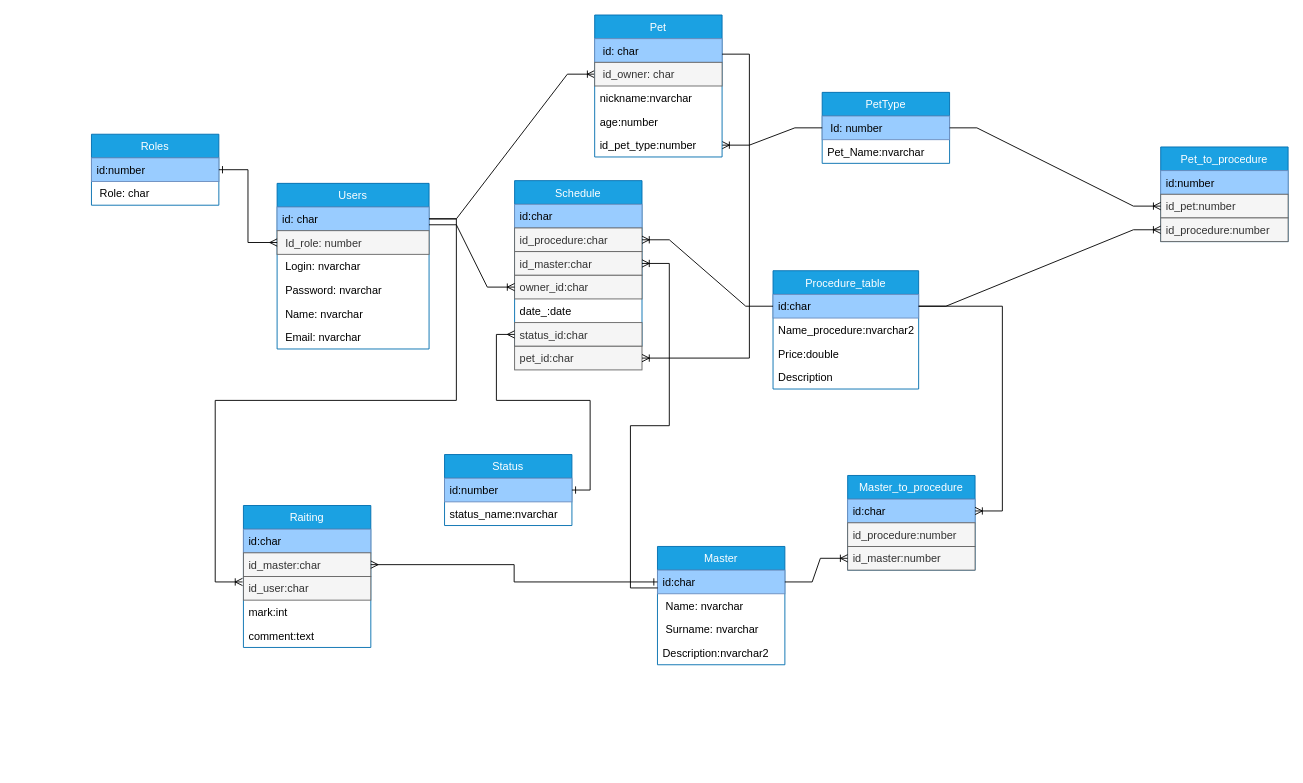
Above: page "Page-1" (1 of 2) of documentation/nat.drawio in pisciscrud/CoursePtoject_NodeJs_6SEM (draw.io), before the change. Source tidied: cells renumbered, new cells numbered last; positions are measured from the earlier drawing's top-left corner, leaving out a move shared by most shapes. Both pictures are drawn from the tidied source at 91%, with x=0, y=0 at pixel (91, 15).
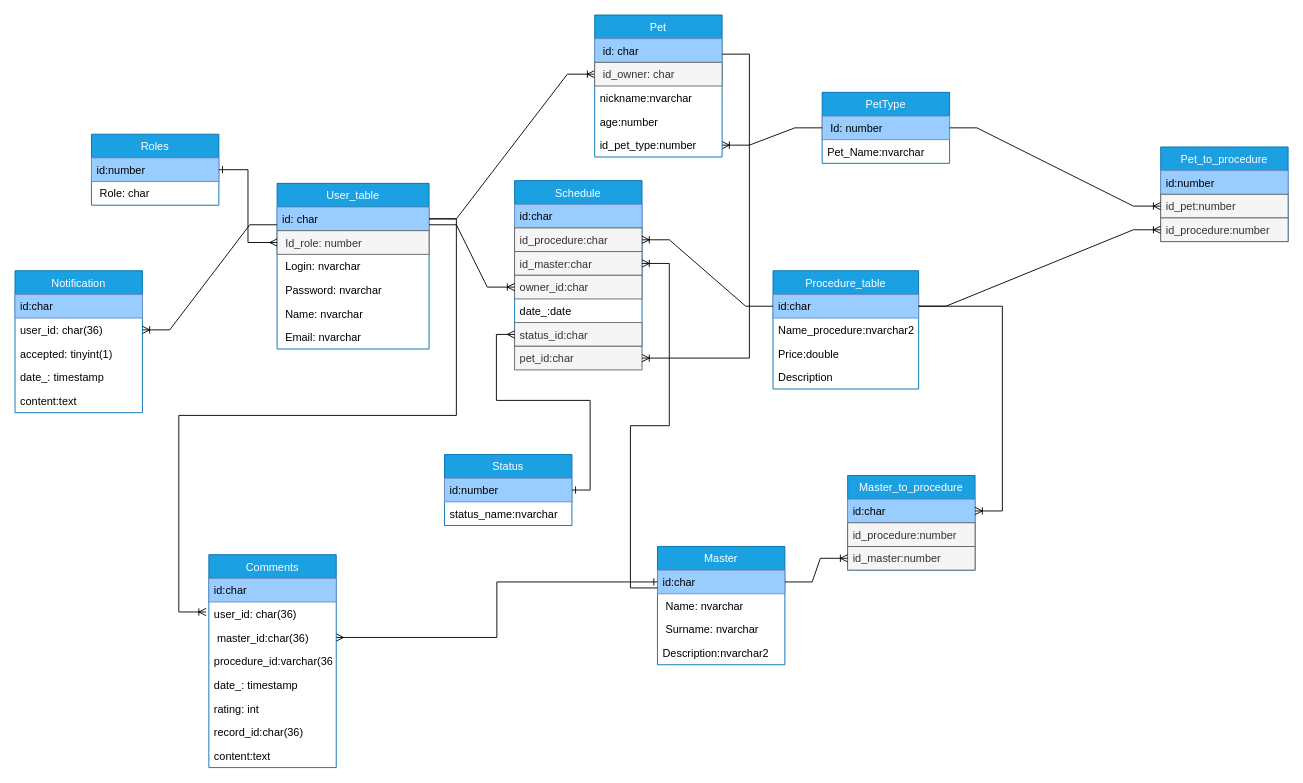
The same diagram, later.

The change refers to these unchanged cells:
```xml
<mxCell id="3" value="id: char" style="text;align=left;verticalAlign=top;spacingLeft=4;spacingRight=4;overflow=hidden;points=[[0,0.5],[1,0.5]];portConstraint=eastwest;strokeColor=#6c8ebf;fillColor=#99CCFF;" parent="2" vertex="1">
  <mxGeometry y="26" width="167" height="26" as="geometry" />
</mxCell>
<mxCell id="22" value="id:char" style="text;align=left;verticalAlign=top;spacingLeft=4;spacingRight=4;overflow=hidden;points=[[0,0.5],[1,0.5]];portConstraint=eastwest;strokeColor=#6c8ebf;fillColor=#99CCFF;" parent="21" vertex="1">
  <mxGeometry y="26" width="140" height="26" as="geometry" />
</mxCell>
```

The edit, as a diff of the source:
```diff
@@
-    <mxCell id="2" value="Users" style="swimlane;fontStyle=0;horizontal=1;startSize=26;fillColor=#1ba1e2;sketch=0;noLabel=0;strokeColor=#006EAF;fontColor=#ffffff;" parent="1" vertex="1">
+    <mxCell id="2" value="User_table" style="swimlane;fontStyle=0;horizontal=1;startSize=26;fillColor=#1ba1e2;sketch=0;noLabel=0;strokeColor=#006EAF;fontColor=#ffffff;" parent="1" vertex="1">
       <mxGeometry x="204" y="185" width="167" height="182" as="geometry" />
     </mxCell>
@@
-    <mxCell id="60" value="Raiting" style="swimlane;fontStyle=0;horizontal=1;startSize=26;fillColor=#1ba1e2;sketch=0;noLabel=0;strokeColor=#006EAF;fontColor=#ffffff;" parent="1" vertex="1">
-      <mxGeometry x="167" y="539" width="140" height="156" as="geometry" />
-    </mxCell>
-    <mxCell id="61" value="id:char" style="text;align=left;verticalAlign=top;spacingLeft=4;spacingRight=4;overflow=hidden;strokeColor=#6c8ebf;fillColor=#99CCFF;" parent="60" vertex="1">
-      <mxGeometry y="26" width="140" height="26" as="geometry" />
-    </mxCell>
-    <mxCell id="62" value="id_master:char" style="text;align=left;verticalAlign=top;spacingLeft=4;spacingRight=4;overflow=hidden;points=[[0,0.5],[1,0.5]];portConstraint=eastwest;fontColor=#333333;fillColor=#f5f5f5;strokeColor=#666666;" parent="60" vertex="1">
-      <mxGeometry y="52" width="140" height="26" as="geometry" />
-    </mxCell>
-    <mxCell id="63" value="id_user:char" style="text;align=left;verticalAlign=top;spacingLeft=4;spacingRight=4;overflow=hidden;fillColor=#f5f5f5;fontColor=#333333;strokeColor=#666666;" parent="60" vertex="1">
-      <mxGeometry y="78" width="140" height="26" as="geometry" />
-    </mxCell>
-    <mxCell id="64" value="mark:int" style="text;align=left;verticalAlign=top;spacingLeft=4;spacingRight=4;overflow=hidden;" parent="60" vertex="1">
-      <mxGeometry y="104" width="140" height="26" as="geometry" />
-    </mxCell>
-    <mxCell id="65" value="comment:text" style="text;align=left;verticalAlign=top;spacingLeft=4;spacingRight=4;overflow=hidden;" parent="60" vertex="1">
-      <mxGeometry y="130" width="140" height="26" as="geometry" />
-    </mxCell>
-    <mxCell id="66" style="edgeStyle=orthogonalEdgeStyle;rounded=0;jettySize=auto;html=1;entryX=0;entryY=0.5;entryDx=0;entryDy=0;endArrow=ERone;endFill=0;startArrow=ERmany;startFill=0;exitX=1;exitY=0.5;exitDx=0;exitDy=0;" parent="1" edge="1" source="62" target="22">
+    <mxCell id="66" style="edgeStyle=orthogonalEdgeStyle;rounded=0;jettySize=auto;html=1;entryX=0;entryY=0.5;entryDx=0;entryDy=0;endArrow=ERone;endFill=0;startArrow=ERmany;startFill=0;exitX=1;exitY=0.5;exitDx=0;exitDy=0;" parent="1" edge="1" source="73" target="22">
       <mxGeometry relative="1" as="geometry" />
     </mxCell>
     <mxCell id="67" style="edgeStyle=entityRelationEdgeStyle;fontSize=12;html=1;endArrow=ERoneToMany;rounded=0;exitX=1;exitY=0.5;exitDx=0;exitDy=0;" parent="1" edge="1" source="3">
       <mxGeometry relative="1" as="geometry">
-        <mxPoint x="166" y="623" as="targetPoint" />
+        <mxPoint x="126" y="656" as="targetPoint" />
       </mxGeometry>
     </mxCell>
@@
+    <mxCell id="70" value="Comments" style="swimlane;fontStyle=0;horizontal=1;startSize=26;fillColor=#1ba1e2;sketch=0;noLabel=0;strokeColor=#006EAF;fontColor=#ffffff;" parent="1" vertex="1">
+      <mxGeometry x="129" y="593" width="140" height="234" as="geometry" />
+    </mxCell>
+    <mxCell id="71" value="id:char" style="text;align=left;verticalAlign=top;spacingLeft=4;spacingRight=4;overflow=hidden;strokeColor=#6c8ebf;fillColor=#99CCFF;" parent="70" vertex="1">
+      <mxGeometry y="26" width="140" height="26" as="geometry" />
+    </mxCell>
+    <mxCell id="72" value="user_id: char(36)" style="text;align=left;verticalAlign=top;spacingLeft=4;spacingRight=4;overflow=hidden;" parent="70" vertex="1">
+      <mxGeometry y="52" width="140" height="26" as="geometry" />
+    </mxCell>
+    <mxCell id="73" value=" master_id:char(36)" style="text;align=left;verticalAlign=top;spacingLeft=4;spacingRight=4;overflow=hidden;points=[[0,0.5],[1,0.5]];portConstraint=eastwest;" parent="70" vertex="1">
+      <mxGeometry y="78" width="140" height="26" as="geometry" />
+    </mxCell>
+    <mxCell id="74" value="procedure_id:varchar(36)" style="text;align=left;verticalAlign=top;spacingLeft=4;spacingRight=4;overflow=hidden;" parent="70" vertex="1">
+      <mxGeometry y="104" width="140" height="26" as="geometry" />
+    </mxCell>
+    <mxCell id="75" value="date_: timestamp" style="text;align=left;verticalAlign=top;spacingLeft=4;spacingRight=4;overflow=hidden;" parent="70" vertex="1">
+      <mxGeometry y="130" width="140" height="26" as="geometry" />
+    </mxCell>
+    <mxCell id="76" value="rating: int" style="text;align=left;verticalAlign=top;spacingLeft=4;spacingRight=4;overflow=hidden;" parent="70" vertex="1">
+      <mxGeometry y="156" width="140" height="26" as="geometry" />
+    </mxCell>
+    <mxCell id="77" value="record_id:char(36)" style="text;align=left;verticalAlign=top;spacingLeft=4;spacingRight=4;overflow=hidden;" parent="70" vertex="1">
+      <mxGeometry y="182" width="140" height="26" as="geometry" />
+    </mxCell>
+    <mxCell id="78" value="content:text" style="text;align=left;verticalAlign=top;spacingLeft=4;spacingRight=4;overflow=hidden;" parent="70" vertex="1">
+      <mxGeometry y="208" width="140" height="26" as="geometry" />
+    </mxCell>
+    <mxCell id="79" value="&#10;Notification&#10;" style="swimlane;fontStyle=0;horizontal=1;startSize=26;fillColor=#1ba1e2;sketch=0;noLabel=0;strokeColor=#006EAF;fontColor=#ffffff;" parent="1" vertex="1">
+      <mxGeometry x="-84" y="281" width="140" height="156" as="geometry" />
+    </mxCell>
+    <mxCell id="80" value="id:char" style="text;align=left;verticalAlign=top;spacingLeft=4;spacingRight=4;overflow=hidden;strokeColor=#6c8ebf;fillColor=#99CCFF;" parent="79" vertex="1">
+      <mxGeometry y="26" width="140" height="26" as="geometry" />
+    </mxCell>
+    <mxCell id="81" value="user_id: char(36)" style="text;align=left;verticalAlign=top;spacingLeft=4;spacingRight=4;overflow=hidden;points=[[0,0.5],[1,0.5]];portConstraint=eastwest;" parent="79" vertex="1">
+      <mxGeometry y="52" width="140" height="26" as="geometry" />
+    </mxCell>
+    <mxCell id="82" value="accepted: tinyint(1)" style="text;align=left;verticalAlign=top;spacingLeft=4;spacingRight=4;overflow=hidden;" parent="79" vertex="1">
+      <mxGeometry y="78" width="140" height="26" as="geometry" />
+    </mxCell>
+    <mxCell id="83" value="date_: timestamp" style="text;align=left;verticalAlign=top;spacingLeft=4;spacingRight=4;overflow=hidden;" parent="79" vertex="1">
+      <mxGeometry y="104" width="140" height="26" as="geometry" />
+    </mxCell>
+    <mxCell id="84" value="content:text" style="text;align=left;verticalAlign=top;spacingLeft=4;spacingRight=4;overflow=hidden;" parent="79" vertex="1">
+      <mxGeometry y="130" width="140" height="26" as="geometry" />
+    </mxCell>
+    <mxCell id="85" style="edgeStyle=entityRelationEdgeStyle;fontSize=12;html=1;endArrow=ERoneToMany;rounded=0;entryX=1;entryY=0.5;entryDx=0;entryDy=0;exitX=0;exitY=0.25;exitDx=0;exitDy=0;" parent="1" edge="1" source="2" target="81">
+      <mxGeometry relative="1" as="geometry" />
+    </mxCell>
```
